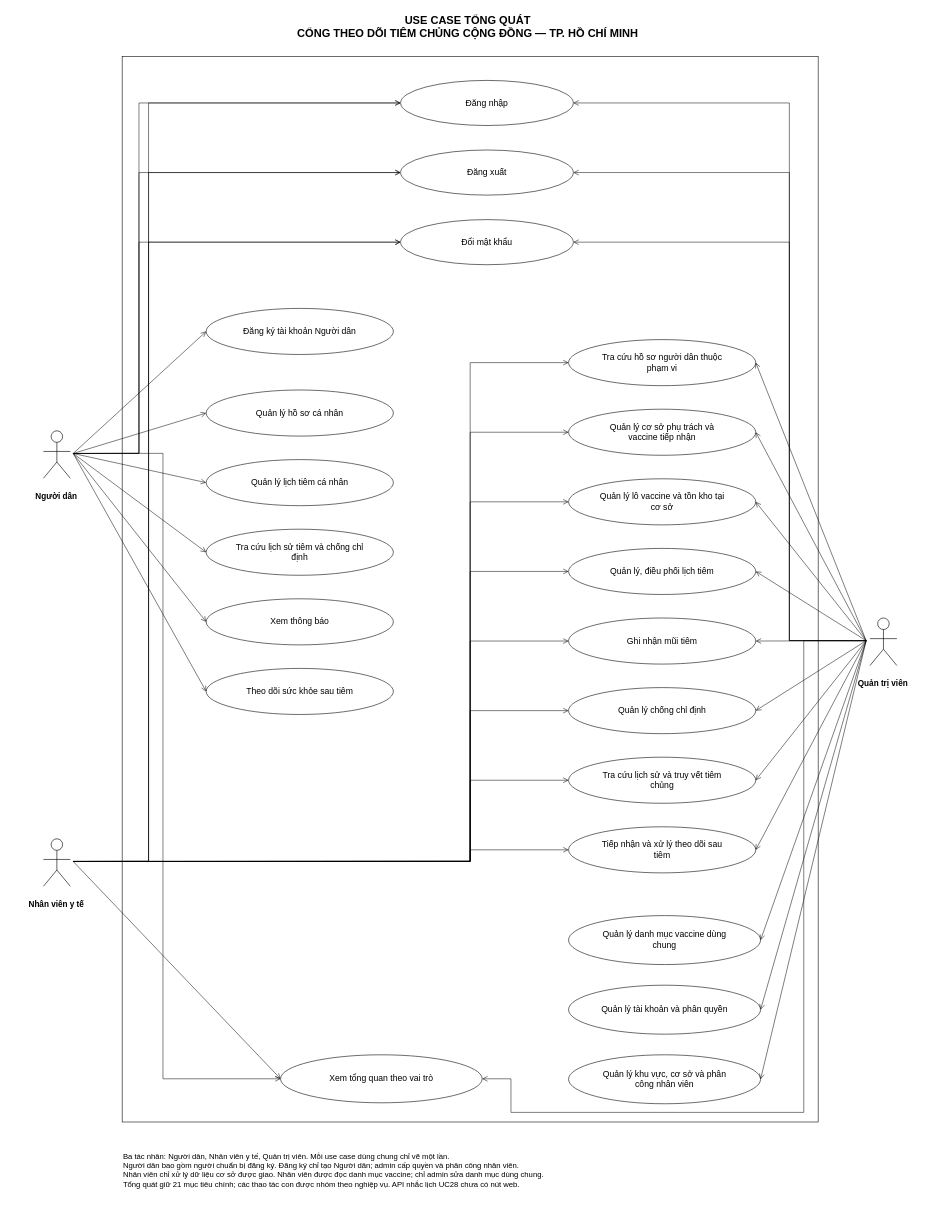
Earlier version of the draw.io diagram VaccinationCommunity/docs/analysis-design-HCM/diagrams/01-Use-case-tong-quat-HCM.drawio (phucphuc1234/LAB_OOSD). Source tidied: cells renumbered, new cells numbered last; positions are measured from the earlier drawing's top-left corner, leaving out a move shared by most shapes. Both pictures are drawn from the tidied source at 48%, with x=0, y=0 at pixel (8, 8).
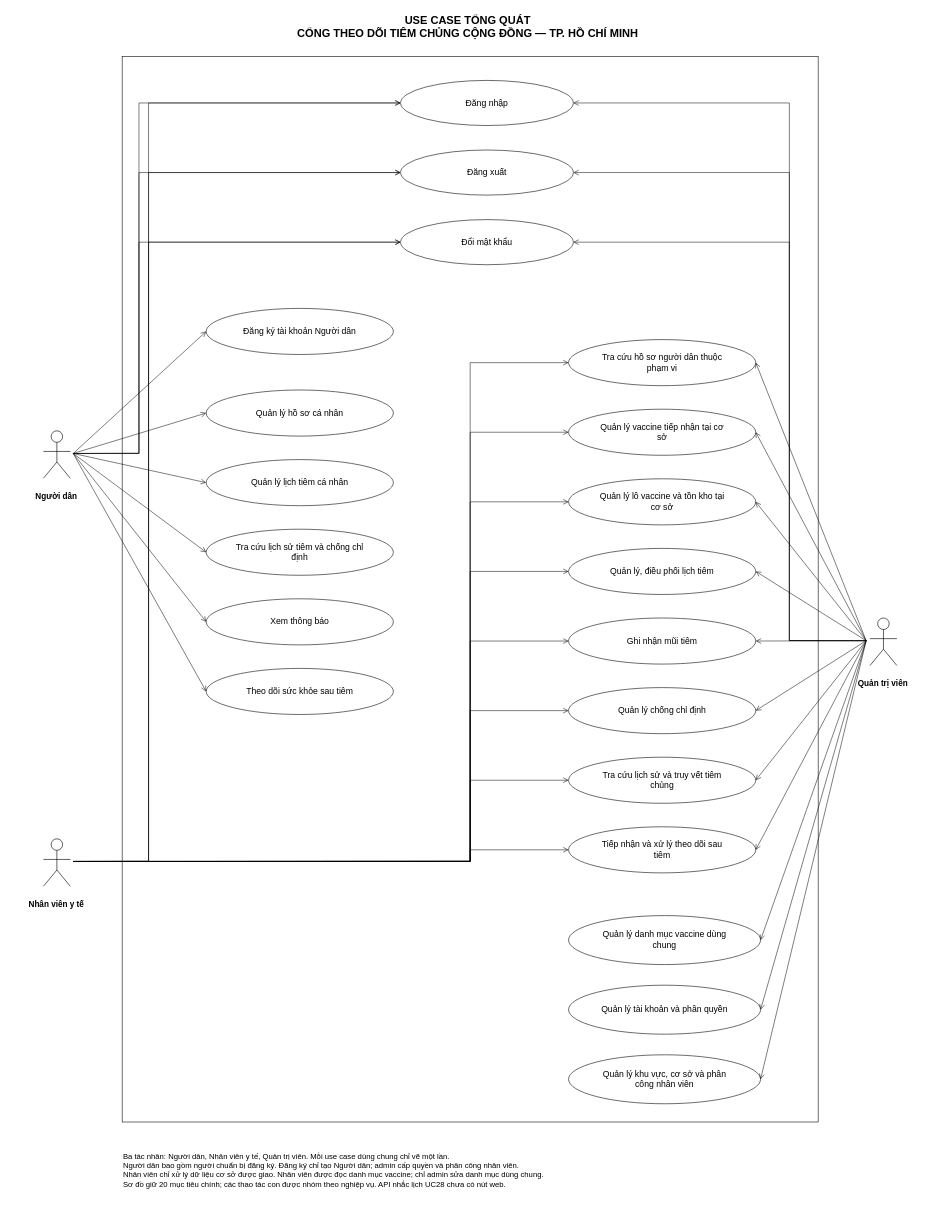
After the change.

Commit message (it also covers changes not shown here):
docs: align overview XML with 20 principal use cases

The change refers to these unchanged cells:
```xml
<mxCell id="4" style="shape=rectangle;strokeColor=none;fillColor=none;opacity=0;" parent="1" vertex="1">
  <mxGeometry x="65" y="880" width="70" height="105" as="geometry" />
</mxCell>
<mxCell id="11" style="shape=rectangle;strokeColor=none;fillColor=none;opacity=0;" parent="1" vertex="1">
  <mxGeometry x="65" y="1730" width="70" height="105" as="geometry" />
</mxCell>
<mxCell id="18" style="shape=rectangle;strokeColor=none;fillColor=none;opacity=0;" parent="1" vertex="1">
  <mxGeometry x="1787" y="1270" width="70" height="105" as="geometry" />
</mxCell>
```

The edit, as a diff of the source:
```diff
@@
-    <mxCell id="35" value="Quản lý cơ sở phụ trách và&#10;vaccine tiếp nhận" style="shape=ellipse;html=0;whiteSpace=wrap;fillColor=#ffffff;strokeColor=#000000;strokeWidth=1.2;fontColor=#000000;fontFamily=Arial;fontSize=18;align=center;verticalAlign=middle;spacing=8;" parent="1" vertex="1">
+    <mxCell id="35" value="Quản lý vaccine tiếp nhận tại cơ&#10;sở" style="shape=ellipse;html=0;whiteSpace=wrap;fillColor=#ffffff;strokeColor=#000000;strokeWidth=1.2;fontColor=#000000;fontFamily=Arial;fontSize=18;align=center;verticalAlign=middle;spacing=8;" parent="1" vertex="1">
       <mxGeometry x="1167" y="835" width="390" height="96" as="geometry" />
     </mxCell>
@@
-    <mxCell id="45" value="Xem tổng quan theo vai trò" style="shape=ellipse;html=0;whiteSpace=wrap;fillColor=#ffffff;strokeColor=#000000;strokeWidth=1.2;fontColor=#000000;fontFamily=Arial;fontSize=18;align=center;verticalAlign=middle;spacing=8;" parent="1" vertex="1">
-      <mxGeometry x="567" y="2180" width="420" height="100" as="geometry" />
-    </mxCell>
@@
-    <mxCell id="80" style="edgeStyle=none;rounded=0;html=0;startArrow=none;endArrow=open;endFill=0;endSize=9;strokeColor=#000000;strokeWidth=1.05;exitX=1;exitY=0.45;entryX=0;entryY=0.5;" parent="1" edge="1" source="4" target="45">
-      <mxGeometry relative="1" as="geometry">
-        <Array as="points">
-          <mxPoint x="322" y="927" />
-          <mxPoint x="322" y="2230" />
-        </Array>
-      </mxGeometry>
-    </mxCell>
-    <mxCell id="81" style="edgeStyle=none;rounded=0;html=0;startArrow=none;endArrow=open;endFill=0;endSize=9;strokeColor=#000000;strokeWidth=1.05;exitX=1;exitY=0.45;entryX=0;entryY=0.5;" parent="1" edge="1" source="11" target="45">
-      <mxGeometry relative="1" as="geometry" />
-    </mxCell>
-    <mxCell id="82" style="edgeStyle=none;rounded=0;html=0;startArrow=none;endArrow=open;endFill=0;endSize=9;strokeColor=#000000;strokeWidth=1.05;exitX=0;exitY=0.45;entryX=1;entryY=0.5;" parent="1" edge="1" source="18" target="45">
-      <mxGeometry relative="1" as="geometry">
-        <Array as="points">
-          <mxPoint x="1657" y="1317" />
-          <mxPoint x="1657" y="2300" />
-          <mxPoint x="1047" y="2300" />
-          <mxPoint x="1047" y="2230" />
-        </Array>
-      </mxGeometry>
-    </mxCell>
-    <mxCell id="83" value="Ba tác nhân: Người dân, Nhân viên y tế, Quản trị viên. Mỗi use case dùng chung chỉ vẽ một lần.&#10;Người dân bao gồm người chuẩn bị đăng ký. Đăng ký chỉ tạo Người dân; admin cấp quyền và phân công nhân viên.&#10;Nhân viên chỉ xử lý dữ liệu cơ sở được giao. Nhân viên được đọc danh mục vaccine; chỉ admin sửa danh mục dùng chung.&#10;Tổng quát giữ 21 mục tiêu chính; các thao tác con được nhóm theo nghiệp vụ. API nhắc lịch UC28 chưa có nút web." style="shape=rectangle;html=0;whiteSpace=wrap;strokeColor=none;fillColor=none;fontColor=#000000;fontFamily=Arial;fontSize=16;fontStyle=0;align=left;verticalAlign=middle;" parent="1" vertex="1">
+    <mxCell id="83" value="Ba tác nhân: Người dân, Nhân viên y tế, Quản trị viên. Mỗi use case dùng chung chỉ vẽ một lần.&#10;Người dân bao gồm người chuẩn bị đăng ký. Đăng ký chỉ tạo Người dân; admin cấp quyền và phân công nhân viên.&#10;Nhân viên chỉ xử lý dữ liệu cơ sở được giao. Nhân viên được đọc danh mục vaccine; chỉ admin sửa danh mục dùng chung.&#10;Sơ đồ giữ 20 mục tiêu chính; các thao tác con được nhóm theo nghiệp vụ. API nhắc lịch UC28 chưa có nút web." style="shape=rectangle;html=0;whiteSpace=wrap;strokeColor=none;fillColor=none;fontColor=#000000;fontFamily=Arial;fontSize=16;fontStyle=0;align=left;verticalAlign=middle;" parent="1" vertex="1">
       <mxGeometry x="237" y="2350" width="1450" height="140" as="geometry" />
     </mxCell>
```
